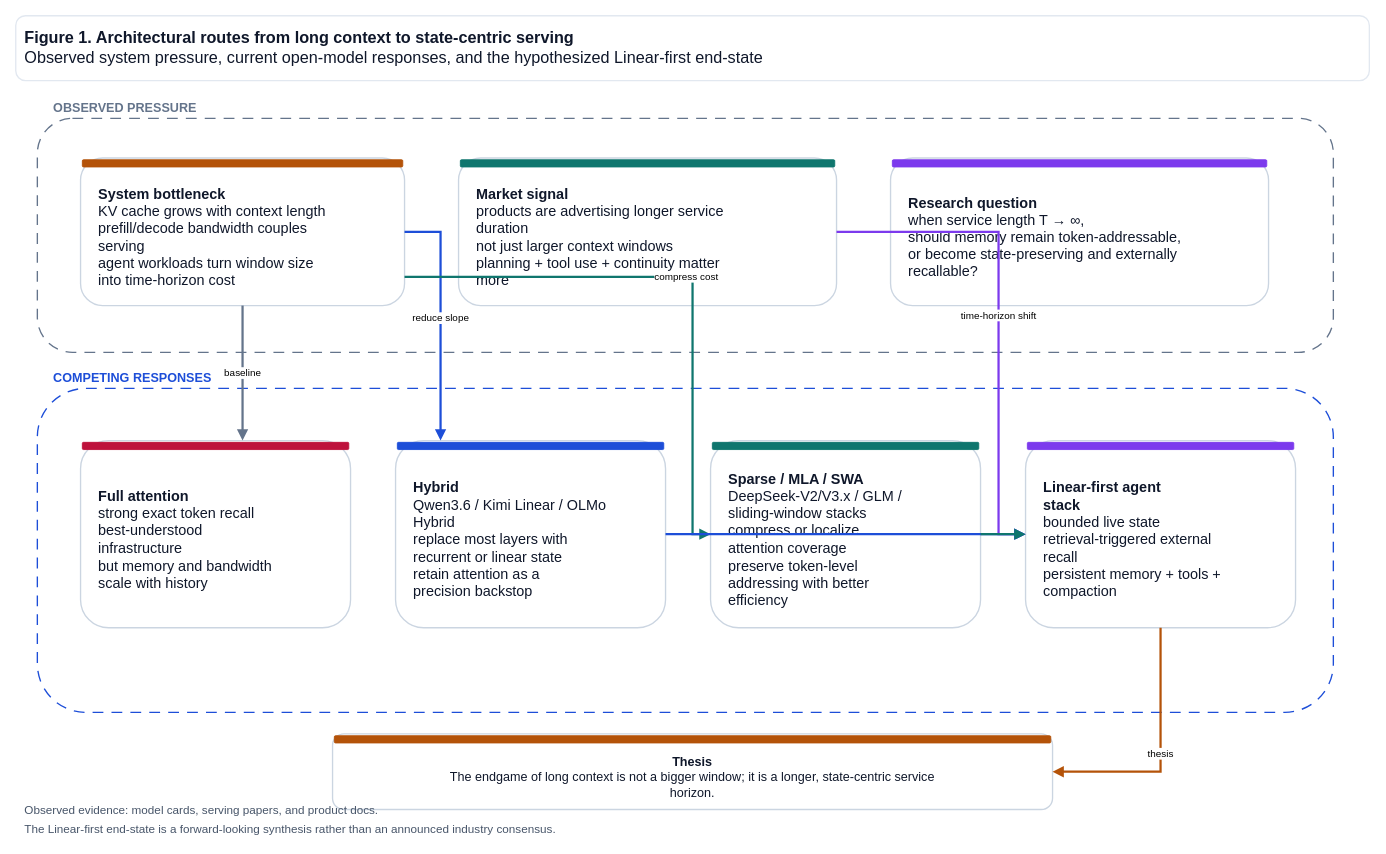
Above: page "fig01_architecture_landscape" (1 of 5) of docs/state-serving-review/figures.drawio in pprp/pprp.github.io (draw.io), before the change. Source tidied: cells renumbered, new cells numbered last; positions are measured from the earlier drawing's top-left corner, leaving out a move shared by most shapes. Both pictures are drawn from the tidied source at 90%, with x=0, y=0 at pixel (15, 15).
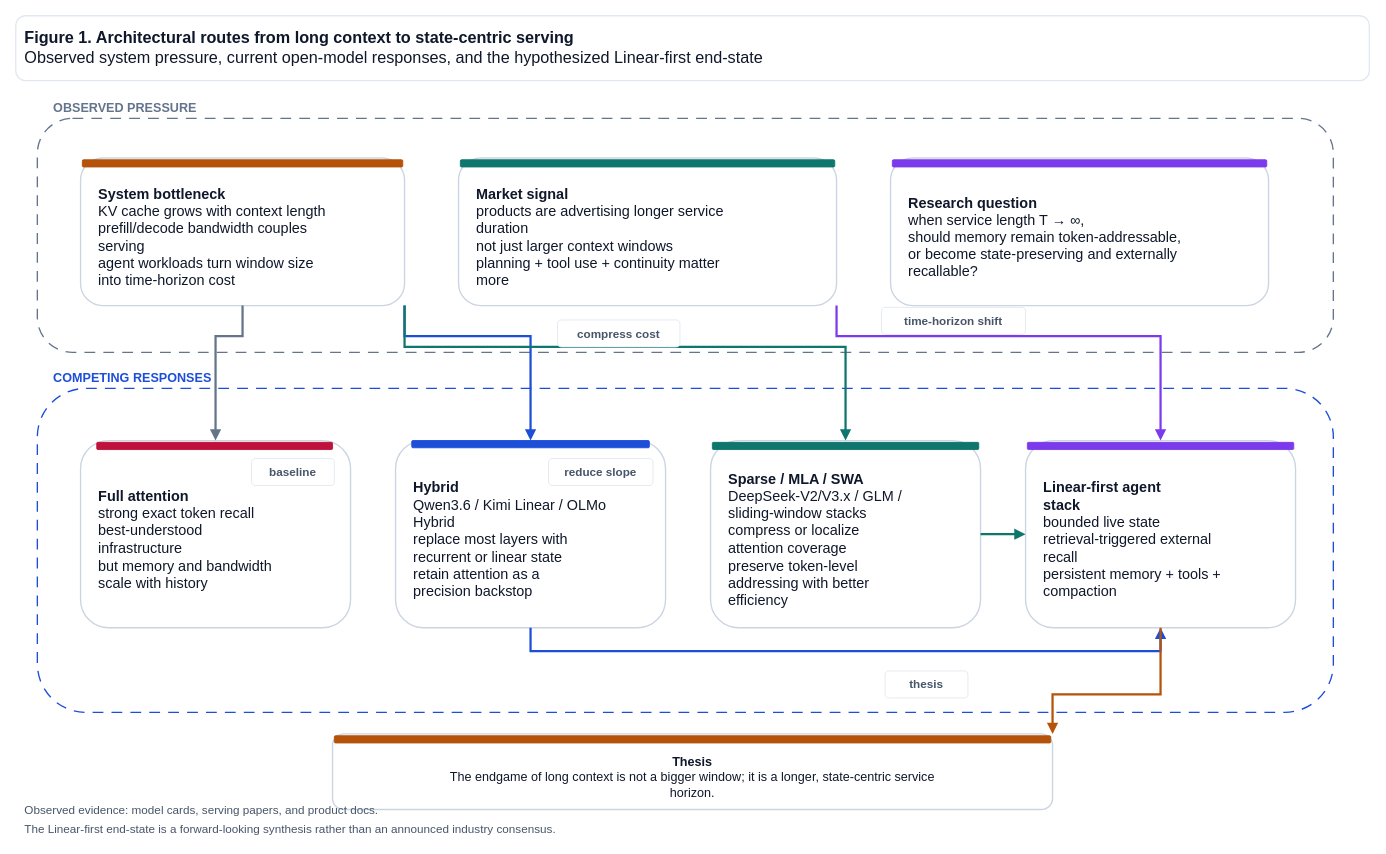
The same diagram, later.

The change refers to these unchanged cells:
```xml
<mxCell id="7" value="&lt;b&gt;System bottleneck&lt;/b&gt;&lt;br/&gt;KV cache grows with context length&lt;br/&gt;prefill/decode bandwidth couples&lt;br/&gt;serving&lt;br/&gt;agent workloads turn window size&lt;br/&gt;into time-horizon cost" style="rounded=1;whiteSpace=wrap;html=1;fillColor=#ffffff;strokeColor=#CBD5E1;strokeWidth=1.5;fontColor=#0F172A;fontSize=16;spacingTop=12;spacingLeft=18;spacingRight=18;align=left;verticalAlign=middle;" parent="1" vertex="1">
  <mxGeometry x="72" y="158" width="360" height="164" as="geometry" />
</mxCell>
<mxCell id="9" value="&lt;b&gt;Market signal&lt;/b&gt;&lt;br/&gt;products are advertising longer service&lt;br/&gt;duration&lt;br/&gt;not just larger context windows&lt;br/&gt;planning + tool use + continuity matter&lt;br/&gt;more" style="rounded=1;whiteSpace=wrap;html=1;fillColor=#ffffff;strokeColor=#CBD5E1;strokeWidth=1.5;fontColor=#0F172A;fontSize=16;spacingTop=12;spacingLeft=18;spacingRight=18;align=left;verticalAlign=middle;" parent="1" vertex="1">
  <mxGeometry x="492" y="158" width="420" height="164" as="geometry" />
</mxCell>
<mxCell id="13" value="&lt;b&gt;Full attention&lt;/b&gt;&lt;br/&gt;strong exact token recall&lt;br/&gt;best-understood&lt;br/&gt;infrastructure&lt;br/&gt;but memory and bandwidth&lt;br/&gt;scale with history" style="rounded=1;whiteSpace=wrap;html=1;fillColor=#ffffff;strokeColor=#CBD5E1;strokeWidth=1.5;fontColor=#0F172A;fontSize=16;spacingTop=12;spacingLeft=18;spacingRight=18;align=left;verticalAlign=middle;" parent="1" vertex="1">
  <mxGeometry x="72" y="472" width="300" height="208" as="geometry" />
</mxCell>
<mxCell id="15" value="&lt;b&gt;Hybrid&lt;/b&gt;&lt;br/&gt;Qwen3.6 / Kimi Linear / OLMo&lt;br/&gt;Hybrid&lt;br/&gt;replace most layers with&lt;br/&gt;recurrent or linear state&lt;br/&gt;retain attention as a&lt;br/&gt;precision backstop" style="rounded=1;whiteSpace=wrap;html=1;fillColor=#ffffff;strokeColor=#CBD5E1;strokeWidth=1.5;fontColor=#0F172A;fontSize=16;spacingTop=12;spacingLeft=18;spacingRight=18;align=left;verticalAlign=middle;" parent="1" vertex="1">
  <mxGeometry x="422" y="472" width="300" height="208" as="geometry" />
</mxCell>
<mxCell id="17" value="&lt;b&gt;Sparse / MLA / SWA&lt;/b&gt;&lt;br/&gt;DeepSeek-V2/V3.x / GLM /&lt;br/&gt;sliding-window stacks&lt;br/&gt;compress or localize&lt;br/&gt;attention coverage&lt;br/&gt;preserve token-level&lt;br/&gt;addressing with better&lt;br/&gt;efficiency" style="rounded=1;whiteSpace=wrap;html=1;fillColor=#ffffff;strokeColor=#CBD5E1;strokeWidth=1.5;fontColor=#0F172A;fontSize=16;spacingTop=12;spacingLeft=18;spacingRight=18;align=left;verticalAlign=middle;" parent="1" vertex="1">
  <mxGeometry x="772" y="472" width="300" height="208" as="geometry" />
</mxCell>
<mxCell id="19" value="&lt;b&gt;Linear-first agent&lt;br/&gt;stack&lt;/b&gt;&lt;br/&gt;bounded live state&lt;br/&gt;retrieval-triggered external&lt;br/&gt;recall&lt;br/&gt;persistent memory + tools +&lt;br/&gt;compaction" style="rounded=1;whiteSpace=wrap;html=1;fillColor=#ffffff;strokeColor=#CBD5E1;strokeWidth=1.5;fontColor=#0F172A;fontSize=16;spacingTop=12;spacingLeft=18;spacingRight=18;align=left;verticalAlign=middle;" parent="1" vertex="1">
  <mxGeometry x="1122" y="472" width="300" height="208" as="geometry" />
</mxCell>
<mxCell id="21" value="&lt;b&gt;Thesis&lt;/b&gt;&lt;br/&gt;The endgame of long context is not a bigger window; it is a longer, state-centric service&lt;br/&gt;horizon." style="rounded=1;whiteSpace=wrap;html=1;fillColor=#ffffff;strokeColor=#CBD5E1;strokeWidth=1.5;fontColor=#0F172A;fontSize=14;spacingTop=12;spacingLeft=18;spacingRight=18;align=center;verticalAlign=middle;" parent="1" vertex="1">
  <mxGeometry x="352" y="798" width="800" height="84" as="geometry" />
</mxCell>
```

The edit, as a diff of the source:
```diff
@@
     <mxCell id="14" style="rounded=1;whiteSpace=wrap;html=1;fillColor=#BE123C;strokeColor=#BE123C;strokeWidth=1;" parent="1" vertex="1">
-      <mxGeometry x="74" y="474" width="296" height="8" as="geometry" />
+      <mxGeometry x="90" y="474" width="262" height="8" as="geometry" />
     </mxCell>
@@
     <mxCell id="16" style="rounded=1;whiteSpace=wrap;html=1;fillColor=#1D4ED8;strokeColor=#1D4ED8;strokeWidth=1;" parent="1" vertex="1">
-      <mxGeometry x="424" y="474" width="296" height="8" as="geometry" />
+      <mxGeometry x="440" y="472" width="264" height="8" as="geometry" />
     </mxCell>
@@
-    <mxCell id="23" value="baseline" style="edgeStyle=orthogonalEdgeStyle;rounded=0;jettySize=auto;html=1;endArrow=block;endFill=1;strokeColor=#64748B;strokeWidth=2.5;" parent="1" edge="1" source="7" target="13">
+    <mxCell id="23" style="edgeStyle=orthogonalEdgeStyle;rounded=0;jettySize=auto;html=1;endArrow=block;endFill=1;strokeColor=#64748B;strokeWidth=2.5;exitX=0.5;exitY=1;exitDx=0;exitDy=0;entryX=0.5;entryY=0;entryDx=0;entryDy=0;" parent="1" edge="1" source="7" target="13">
       <mxGeometry relative="1" as="geometry">
         <Array as="points">
-          <mxPoint x="252" y="384" />
-          <mxPoint x="252" y="424" />
+          <mxPoint x="252" y="356" />
+          <mxPoint x="222" y="356" />
         </Array>
       </mxGeometry>
     </mxCell>
-    <mxCell id="24" value="reduce slope" style="edgeStyle=orthogonalEdgeStyle;rounded=0;jettySize=auto;html=1;endArrow=block;endFill=1;strokeColor=#1D4ED8;strokeWidth=2.5;" parent="1" edge="1" source="7" target="15">
+    <mxCell id="24" style="edgeStyle=orthogonalEdgeStyle;rounded=0;jettySize=auto;html=1;endArrow=block;endFill=1;strokeColor=#1D4ED8;strokeWidth=2.5;exitX=1;exitY=1;exitDx=0;exitDy=0;entryX=0.5;entryY=0;entryDx=0;entryDy=0;" parent="1" edge="1" source="7" target="15">
       <mxGeometry relative="1" as="geometry">
         <Array as="points">
-          <mxPoint x="412" y="240" />
-          <mxPoint x="472" y="240" />
-          <mxPoint x="472" y="576" />
+          <mxPoint x="432" y="356" />
+          <mxPoint x="572" y="356" />
         </Array>
       </mxGeometry>
     </mxCell>
-    <mxCell id="25" value="compress cost" style="edgeStyle=orthogonalEdgeStyle;rounded=0;jettySize=auto;html=1;endArrow=block;endFill=1;strokeColor=#0F766E;strokeWidth=2.5;" parent="1" edge="1" source="7" target="17">
+    <mxCell id="25" style="edgeStyle=orthogonalEdgeStyle;rounded=0;jettySize=auto;html=1;endArrow=block;endFill=1;strokeColor=#0F766E;strokeWidth=2.5;exitX=1;exitY=1;exitDx=0;exitDy=0;entryX=0.5;entryY=0;entryDx=0;entryDy=0;" parent="1" edge="1" source="7" target="17">
       <mxGeometry relative="1" as="geometry">
         <Array as="points">
-          <mxPoint x="412" y="290" />
-          <mxPoint x="752" y="290" />
-          <mxPoint x="752" y="576" />
+          <mxPoint x="432" y="368" />
+          <mxPoint x="922" y="368" />
         </Array>
       </mxGeometry>
     </mxCell>
-    <mxCell id="26" value="time-horizon shift" style="edgeStyle=orthogonalEdgeStyle;rounded=0;jettySize=auto;html=1;endArrow=block;endFill=1;strokeColor=#7C3AED;strokeWidth=2.5;" parent="1" edge="1" source="9" target="19">
+    <mxCell id="26" style="edgeStyle=orthogonalEdgeStyle;rounded=0;jettySize=auto;html=1;endArrow=block;endFill=1;strokeColor=#7C3AED;strokeWidth=2.5;exitX=1;exitY=1;exitDx=0;exitDy=0;entryX=0.5;entryY=0;entryDx=0;entryDy=0;" parent="1" edge="1" source="9" target="19">
       <mxGeometry relative="1" as="geometry">
         <Array as="points">
-          <mxPoint x="932" y="240" />
-          <mxPoint x="1092" y="240" />
-          <mxPoint x="1092" y="576" />
+          <mxPoint x="912" y="356" />
+          <mxPoint x="1272" y="356" />
         </Array>
       </mxGeometry>
     </mxCell>
-    <mxCell id="27" style="edgeStyle=orthogonalEdgeStyle;rounded=0;jettySize=auto;html=1;endArrow=block;endFill=1;strokeColor=#1D4ED8;strokeWidth=2.5;" parent="1" edge="1" source="15" target="19">
+    <mxCell id="27" style="edgeStyle=orthogonalEdgeStyle;rounded=0;jettySize=auto;html=1;endArrow=block;endFill=1;strokeColor=#1D4ED8;strokeWidth=2.5;exitX=0.5;exitY=1;exitDx=0;exitDy=0;entryX=0.5;entryY=1;entryDx=0;entryDy=0;" parent="1" edge="1" source="15" target="19">
       <mxGeometry relative="1" as="geometry">
         <Array as="points">
-          <mxPoint x="742" y="576" />
-          <mxPoint x="1092" y="576" />
+          <mxPoint x="572" y="706" />
+          <mxPoint x="1272" y="706" />
         </Array>
       </mxGeometry>
     </mxCell>
-    <mxCell id="28" style="edgeStyle=orthogonalEdgeStyle;rounded=0;jettySize=auto;html=1;endArrow=block;endFill=1;strokeColor=#0F766E;strokeWidth=2.5;" parent="1" edge="1" source="17" target="19">
-      <mxGeometry relative="1" as="geometry">
-        <Array as="points">
-          <mxPoint x="1092" y="576" />
-        </Array>
-      </mxGeometry>
+    <mxCell id="28" style="edgeStyle=orthogonalEdgeStyle;rounded=0;jettySize=auto;html=1;endArrow=block;endFill=1;strokeColor=#0F766E;strokeWidth=2.5;exitX=1;exitY=0.5;exitDx=0;exitDy=0;entryX=0;entryY=0.5;entryDx=0;entryDy=0;" parent="1" edge="1" source="17" target="19">
+      <mxGeometry relative="1" as="geometry" />
     </mxCell>
-    <mxCell id="29" value="thesis" style="edgeStyle=orthogonalEdgeStyle;rounded=0;jettySize=auto;html=1;endArrow=block;endFill=1;strokeColor=#B45309;strokeWidth=2.5;" parent="1" edge="1" source="19" target="21">
+    <mxCell id="29" style="edgeStyle=orthogonalEdgeStyle;rounded=0;jettySize=auto;html=1;endArrow=block;endFill=1;strokeColor=#B45309;strokeWidth=2.5;exitX=0.5;exitY=1;exitDx=0;exitDy=0;entryX=1;entryY=0;entryDx=0;entryDy=0;" parent="1" edge="1" source="19" target="21">
       <mxGeometry relative="1" as="geometry">
         <Array as="points">
-          <mxPoint x="1272" y="704" />
-          <mxPoint x="1272" y="840" />
-          <mxPoint x="1152" y="840" />
+          <mxPoint x="1272" y="754" />
+          <mxPoint x="1152" y="754" />
         </Array>
       </mxGeometry>
     </mxCell>
+    <mxCell id="32" value="baseline" style="rounded=1;whiteSpace=wrap;html=1;fillColor=#ffffff;strokeColor=#e2e8f0;strokeWidth=1;fontColor=#475569;fontSize=13;fontStyle=1;align=center;verticalAlign=middle;spacing=2;" parent="1" vertex="1">
+      <mxGeometry x="262" y="492" width="92" height="30" as="geometry" />
+    </mxCell>
+    <mxCell id="33" value="reduce slope" style="rounded=1;whiteSpace=wrap;html=1;fillColor=#ffffff;strokeColor=#e2e8f0;strokeWidth=1;fontColor=#475569;fontSize=13;fontStyle=1;align=center;verticalAlign=middle;spacing=2;" parent="1" vertex="1">
+      <mxGeometry x="592" y="492" width="116" height="30" as="geometry" />
+    </mxCell>
+    <mxCell id="34" value="compress cost" style="rounded=1;whiteSpace=wrap;html=1;fillColor=#ffffff;strokeColor=#e2e8f0;strokeWidth=1;fontColor=#475569;fontSize=13;fontStyle=1;align=center;verticalAlign=middle;spacing=2;" parent="1" vertex="1">
+      <mxGeometry x="602" y="338" width="136" height="30" as="geometry" />
+    </mxCell>
+    <mxCell id="35" value="time-horizon shift" style="rounded=1;whiteSpace=wrap;html=1;fillColor=#ffffff;strokeColor=#e2e8f0;strokeWidth=1;fontColor=#475569;fontSize=13;fontStyle=1;align=center;verticalAlign=middle;spacing=2;" parent="1" vertex="1">
+      <mxGeometry x="962" y="324" width="160" height="30" as="geometry" />
+    </mxCell>
+    <mxCell id="36" value="thesis" style="rounded=1;whiteSpace=wrap;html=1;fillColor=#ffffff;strokeColor=#e2e8f0;strokeWidth=1;fontColor=#475569;fontSize=13;fontStyle=1;align=center;verticalAlign=middle;spacing=2;" parent="1" vertex="1">
+      <mxGeometry x="966" y="728" width="92" height="30" as="geometry" />
+    </mxCell>
```
